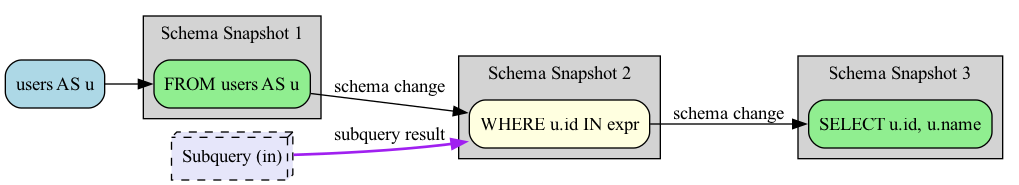
The Graphviz diagram examples/subquery_in_schema.png in rot1024/sqloflow, before a commit. Its source is kept beside it as examples/subquery_in_schema.dot.
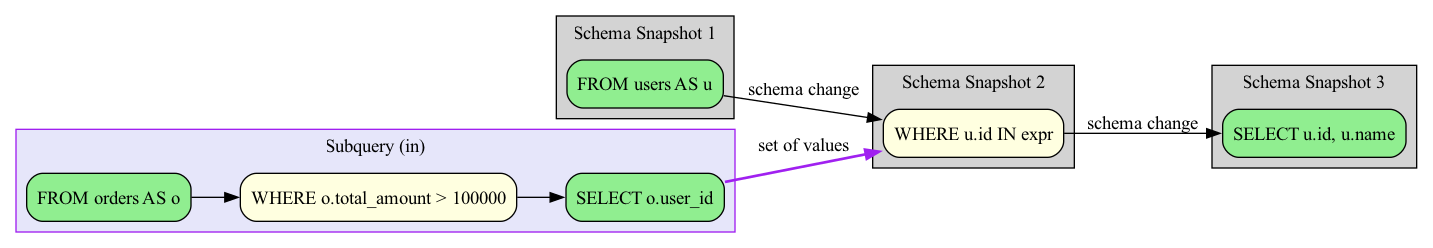
After the commit.

Diff of the diagram source:
```diff
@@ -2,29 +2,38 @@
   rankdir=LR;
   node [shape=box, style=rounded];
 
-  node_0 [label="users AS u", fillcolor=lightblue, style="filled,rounded"];
-  node_3 [label="Subquery (in)", fillcolor=lavender, style="filled,rounded,dashed", shape=box3d];
   subgraph cluster_0 {
     label="Schema Snapshot 1";
     style=filled;
     fillcolor=lightgray;
-    node_1 [label="FROM users AS u", fillcolor=lightgreen, style="filled,rounded"];
+    node_0 [label="FROM users AS u", fillcolor=lightgreen, style="filled,rounded"];
   }
   subgraph cluster_1 {
     label="Schema Snapshot 2";
     style=filled;
     fillcolor=lightgray;
-    node_2 [label="WHERE u.id IN expr", fillcolor=lightyellow, style="filled,rounded"];
+    node_1 [label="WHERE u.id IN expr", fillcolor=lightyellow, style="filled,rounded"];
   }
   subgraph cluster_2 {
     label="Schema Snapshot 3";
     style=filled;
     fillcolor=lightgray;
-    node_4 [label="SELECT u.id, u.name", fillcolor=lightgreen, style="filled,rounded"];
+    node_3 [label="SELECT u.id, u.name", fillcolor=lightgreen, style="filled,rounded"];
   }
 
-  node_0 -> node_1 [color=black];
-  node_1 -> node_2 [color=black, label="schema change"];
-  node_3 -> node_2 [color=purple, style=bold, label="subquery result"];
-  node_2 -> node_4 [color=black, label="schema change"];
+  subgraph cluster_node_2 {
+    label="Subquery (in)";
+    style=filled;
+    fillcolor=lavender;
+    color=purple;
+    subq_2_node_0 [label="FROM orders AS o", fillcolor=lightgreen, style="filled,rounded"];
+    subq_2_node_1 [label="WHERE o.total_amount > 100000", fillcolor=lightyellow, style="filled,rounded"];
+    subq_2_node_2 [label="SELECT o.user_id", fillcolor=lightgreen, style="filled,rounded"];
+    subq_2_node_0 -> subq_2_node_1 [color=black];
+    subq_2_node_1 -> subq_2_node_2 [color=black];
+  }
+  subq_2_node_2 -> node_1 [color=purple, style=bold, label="set of values"];
+
+  node_0 -> node_1 [color=black, label="schema change"];
+  node_1 -> node_3 [color=black, label="schema change"];
 }
```
